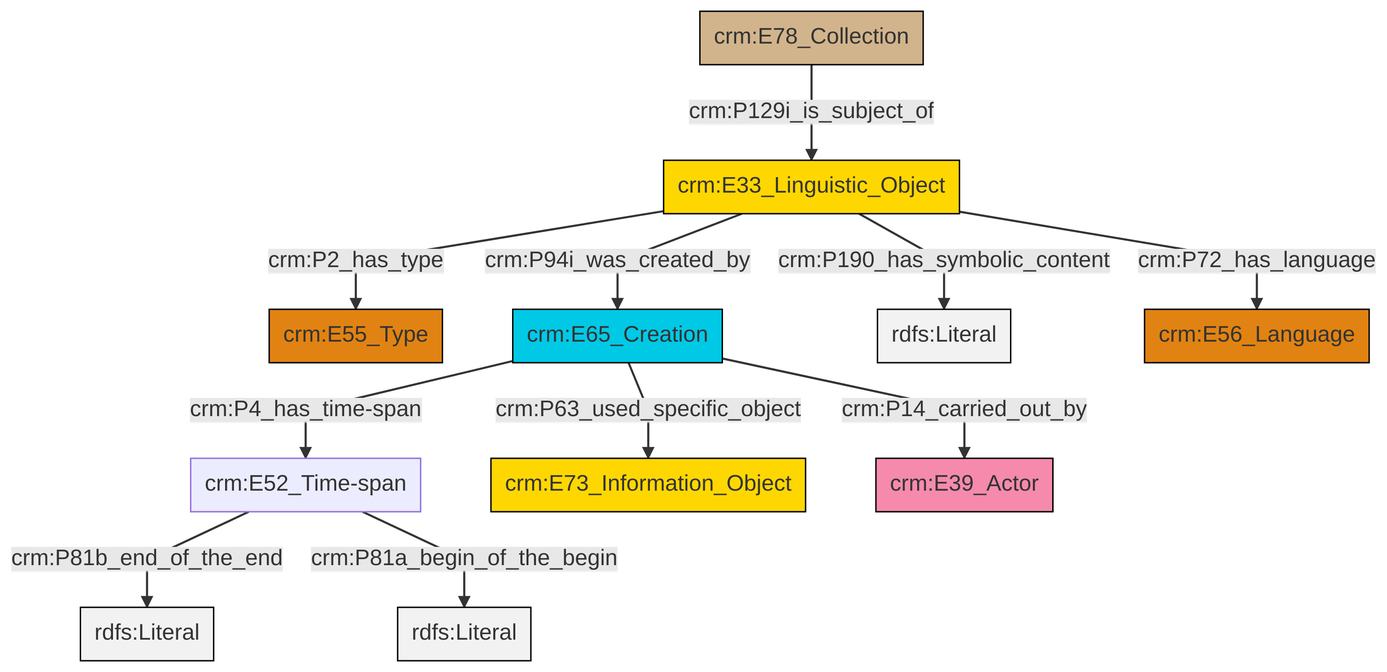
Above: et/archivalCSV/ttl/mmd/png/archival_desc.png in swiss-art-research-net/docs.swissartresearch (Mermaid), before the change. Its source is kept beside it as et/archivalCSV/ttl/mmd/archival_desc.ttl.mmd.
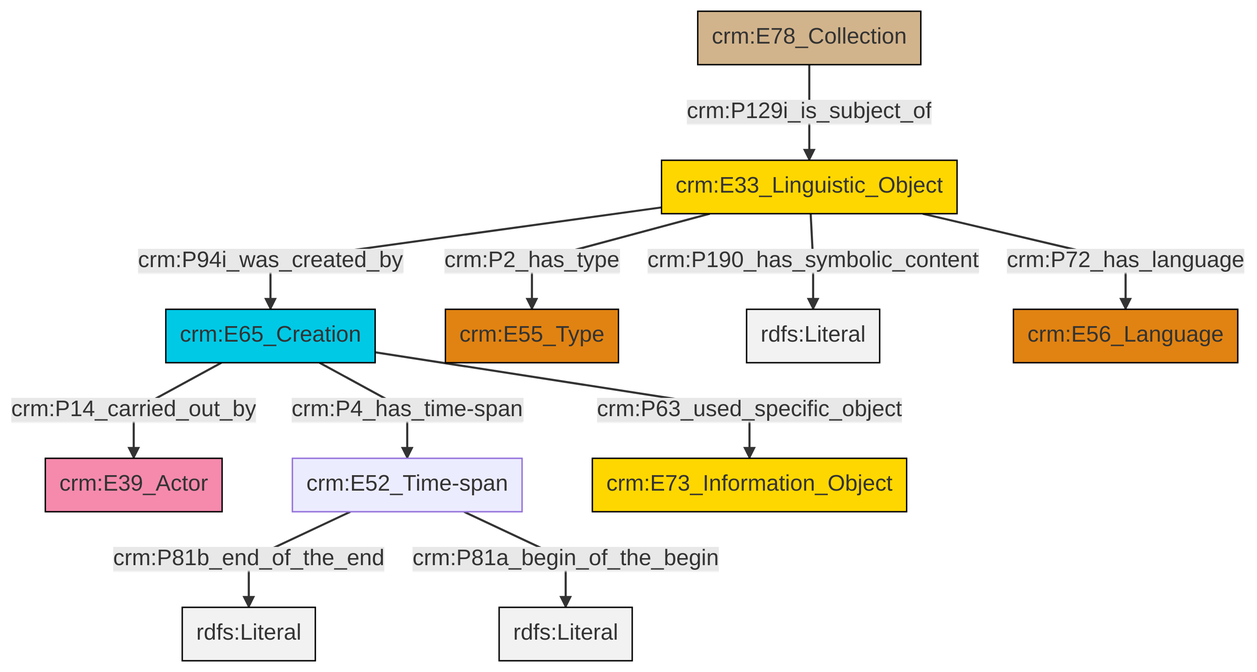
Above is the later version.

What changed in the source:
```diff
@@ -13,13 +13,13 @@
 classDef PC_Classes fill:#4ce600, stroke:#000000;
 classDef Multi fill:#cccccc,stroke:#000000;
 
-0["crm:E33_Linguistic_Object"]:::Conceptual_Object -->|crm:P2_has_type| 1["crm:E55_Type"]:::Type
-2["crm:E65_Creation"]:::Temporal_Entity -->|crm:P4_has_time-span| 3["crm:E52_Time-span"]:::Default
-0["crm:E33_Linguistic_Object"]:::Conceptual_Object -->|crm:P190_has_symbolic_content| 4[rdfs:Literal]:::Literal
-0["crm:E33_Linguistic_Object"]:::Conceptual_Object -->|crm:P94i_was_created_by| 2["crm:E65_Creation"]:::Temporal_Entity
-2["crm:E65_Creation"]:::Temporal_Entity -->|crm:P63_used_specific_object| 8["crm:E73_Information_Object"]:::Conceptual_Object
-5["crm:E78_Collection"]:::Physical_Thing -->|crm:P129i_is_subject_of| 0["crm:E33_Linguistic_Object"]:::Conceptual_Object
-0["crm:E33_Linguistic_Object"]:::Conceptual_Object -->|crm:P72_has_language| 9["crm:E56_Language"]:::Type
-3["crm:E52_Time-span"]:::Default -->|crm:P81b_end_of_the_end| 14[rdfs:Literal]:::Literal
-3["crm:E52_Time-span"]:::Default -->|crm:P81a_begin_of_the_begin| 15[rdfs:Literal]:::Literal
-2["crm:E65_Creation"]:::Temporal_Entity -->|crm:P14_carried_out_by| 17["crm:E39_Actor"]:::Actor
+2["crm:E33_Linguistic_Object"]:::Conceptual_Object -->|crm:P94i_was_created_by| 0["crm:E65_Creation"]:::Temporal_Entity
+0["crm:E65_Creation"]:::Temporal_Entity -->|crm:P14_carried_out_by| 3["crm:E39_Actor"]:::Actor
+0["crm:E65_Creation"]:::Temporal_Entity -->|crm:P4_has_time-span| 4["crm:E52_Time-span"]:::Default
+2["crm:E33_Linguistic_Object"]:::Conceptual_Object -->|crm:P2_has_type| 8["crm:E55_Type"]:::Type
+4["crm:E52_Time-span"]:::Default -->|crm:P81b_end_of_the_end| 10[rdfs:Literal]:::Literal
+2["crm:E33_Linguistic_Object"]:::Conceptual_Object -->|crm:P190_has_symbolic_content| 11[rdfs:Literal]:::Literal
+4["crm:E52_Time-span"]:::Default -->|crm:P81a_begin_of_the_begin| 12[rdfs:Literal]:::Literal
+6["crm:E78_Collection"]:::Physical_Thing -->|crm:P129i_is_subject_of| 2["crm:E33_Linguistic_Object"]:::Conceptual_Object
+0["crm:E65_Creation"]:::Temporal_Entity -->|crm:P63_used_specific_object| 13["crm:E73_Information_Object"]:::Conceptual_Object
+2["crm:E33_Linguistic_Object"]:::Conceptual_Object -->|crm:P72_has_language| 14["crm:E56_Language"]:::Type
```
